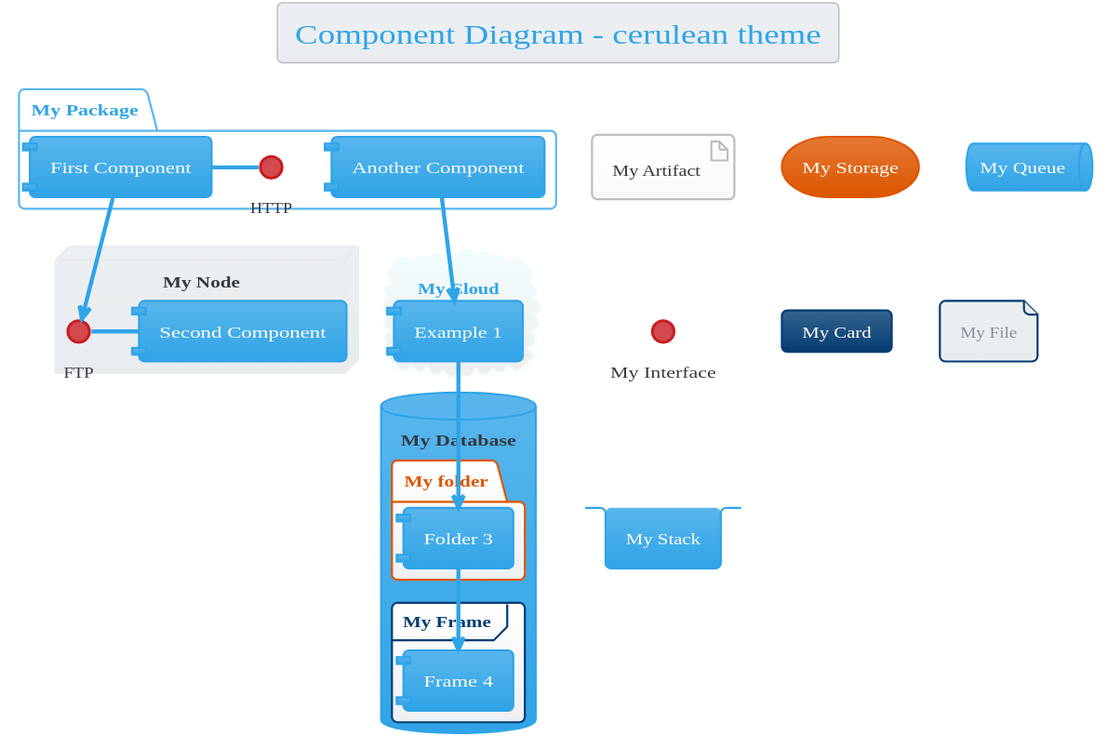
The PlantUML diagram themes/cerulean/component-ex.svg in bschwarz/puml-themes, before a commit.
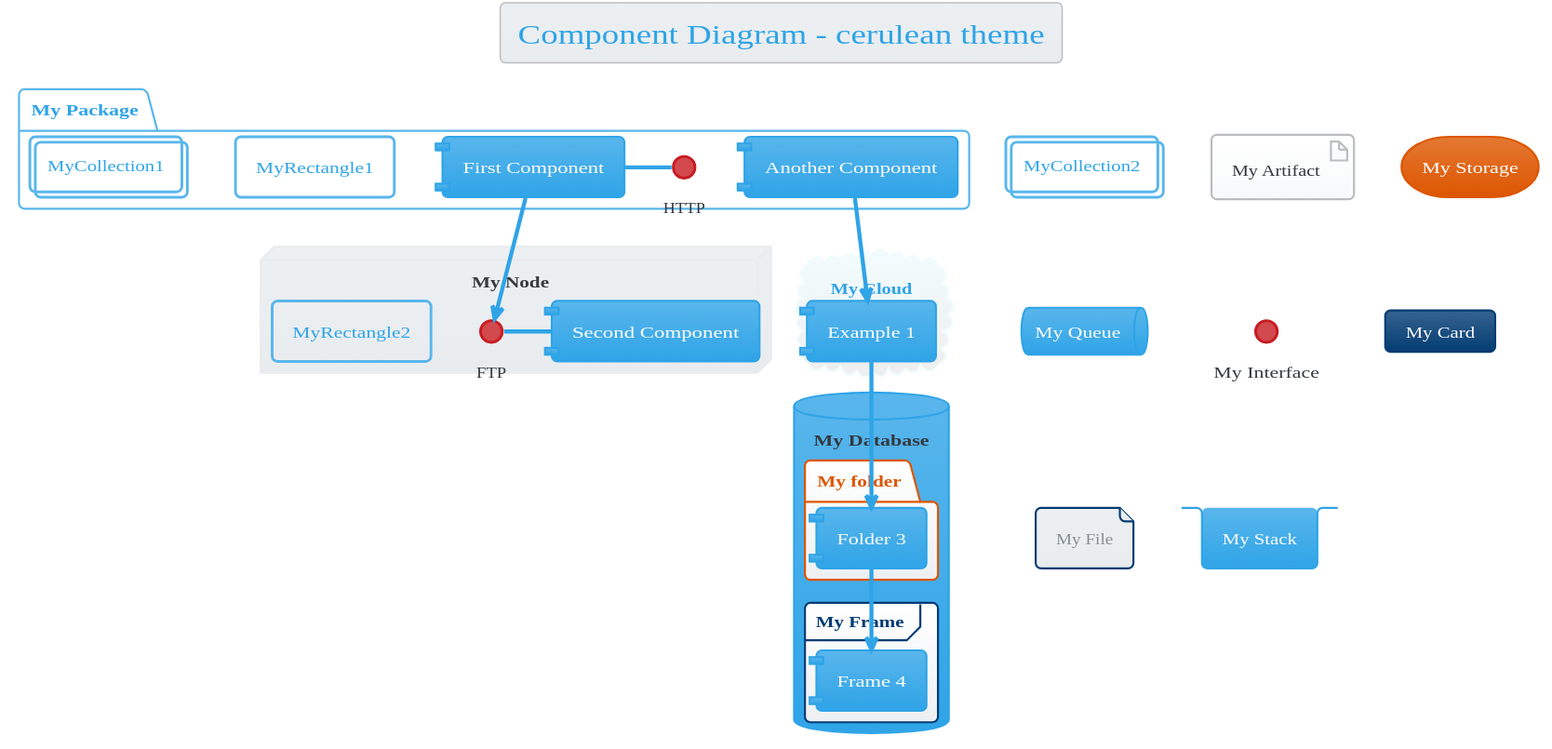
After the commit.

Change to the diagram source:
```diff
@@ -47,6 +47,7 @@
 	FontColor #343A40
 }
 
+
 skinparam activity {
 		FontColor #FFF
 	BorderColor #2FA4E7
@@ -59,12 +60,14 @@
 	DiamondFontColor #343A40
 }
 
+
 skinparam participant {
 		FontColor #FFF
 	BorderColor #2FA4E7
 	BackgroundColor #59B6EC-#2FA4E7
 	ParticipantBorderThickness 2
 }
+
 
 skinparam actor {
 		FontColor #FFF
@@ -73,11 +76,13 @@
 	FontColor #343A40
 }
 
+
 skinparam arrow {
 	Thickness 3
 	Color #2FA4E7
 	FontColor #343A40
 }
+
 
 skinparam sequence {
 	BorderColor #2FA4E7
@@ -104,17 +109,20 @@
 	ReferenceHeaderFontColor #033C73
 }
 
+
 skinparam partition {
 	BorderColor #2FA4E7
 	FontColor #2FA4E7
 	BackgroundColor transparent
 }
 
+
 skinparam collections {
 		FontColor #FFF
 	BorderColor #2FA4E7
 	BackgroundColor #59B6EC-#2FA4E7
 }
+
 
 skinparam control {
 		FontColor #FFF
@@ -123,12 +131,14 @@
 	FontColor #343A40
 }
 
+
 skinparam entity {
 		FontColor #FFF
 	BorderColor #2FA4E7
 	BackgroundColor #59B6EC-#2FA4E7
 	FontColor #343A40
 }
+
 
 skinparam boundary {
 		FontColor #FFF
@@ -137,11 +147,13 @@
 	FontColor #343A40
 }
 
+
 skinparam agent {
 	BackgroundColor #orange
 	BorderColor #999999
 	FontColor #333333
 }
+
 
 skinparam note {
 	BorderThickness 1
@@ -150,11 +162,13 @@
 	FontColor #FFF
 }
 
+
 skinparam artifact {
 	BackgroundColor #FFF-#F8F9FA
 	BorderColor #BABDBF
 	FontColor #343A40
 }
+
 
 skinparam component {
 		FontColor #FFF
@@ -162,11 +176,13 @@
 	BackgroundColor #59B6EC-#2FA4E7
 }
 
+
 skinparam interface {
 	BackgroundColor  #D2494E
 	BorderColor  #C71C22
 	FontColor #343A40
 }
+
 
 skinparam storage {
 	BackgroundColor #E47833-#DD5600
@@ -174,11 +190,13 @@
 	FontColor #FFF
 }
 
+
 skinparam node {
 	BackgroundColor #EDF0F2-#E9ECEF
 	BorderColor #E9ECEF
 	FontColor #343A40
 }
+
 
 skinparam cloud {
 	BackgroundColor #F2FCFE-#eeeeee
@@ -186,12 +204,14 @@
 	FontColor #2FA4E7
 }
 
+
 skinparam database {
 		FontColor #FFF
 	BorderColor #2FA4E7
 	BackgroundColor #59B6EC-#2FA4E7
 	FontColor #343A40
 }
+
 
 skinparam class {
 		FontColor #FFF
@@ -204,6 +224,7 @@
 	AttributeFontSize 11
 }
 
+
 skinparam object {
 		FontColor #FFF
 	BorderColor #2FA4E7
@@ -214,6 +235,7 @@
 	AttributeFontSize 11
 }
 
+
 skinparam usecase {
 		FontColor #FFF
 	BorderColor #2FA4E7
@@ -222,14 +244,15 @@
 	StereotypeFontColor #2FA4E7
 }
 
+
 skinparam rectangle {
-		FontColor #FFF
-	BorderColor #2FA4E7
-	BackgroundColor #59B6EC-#2FA4E7
+	FontColor #2FA4E7
+	BorderColor #59B6EC
 	BackgroundColor transparent
 	BorderThickness 2
 	StereotypeFontColor #2FA4E7
 }
+
 
 skinparam package {
 	FontColor #2FA4E7
@@ -238,6 +261,7 @@
 	BorderThickness 2
 }
 
+
 skinparam folder {
 	BackgroundColor #FFF-#EDF0F2
   	BorderColor #DD5600
@@ -245,12 +269,14 @@
 	BorderThickness 2
 }
 
+
 skinparam frame {
 	BackgroundColor #FFF-#EDF0F2
   	BorderColor #033C73
 	FontColor #033C73
 	BorderThickness 2
 }
+
 
 skinparam state {
 		FontColor #FFF
@@ -262,11 +288,13 @@
 	AttributeFontSize 11
 }
 
+
 skinparam queue {
 		FontColor #FFF
 	BorderColor #2FA4E7
 	BackgroundColor #59B6EC-#2FA4E7
 }
+
 
 skinparam card {
 	BackgroundColor #35638F-#033C73
@@ -274,12 +302,14 @@
 	FontColor #FFF
 }
 
+
 skinparam file {
 	BackgroundColor #EDF0F2-#E9ECEF
 	BorderColor #033C73
 	FontColor #868E96
 
 }
+
 
 skinparam stack {
 		FontColor #FFF
@@ -293,17 +323,21 @@
 package "My Package" {
   HTTP - [First Component]
   [Another Component]
+  rectangle MyRectangle1
+  collections MyCollection1
 }
 
 node "My Node" {
   FTP - [Second Component]
   [First Component] --> FTP
+  rectangle MyRectangle2
 }
 
 cloud "My Cloud" {
   [Example 1]
 }
 
+collections MyCollection2
 
 database "My Database" {
   folder "My folder" {
```
